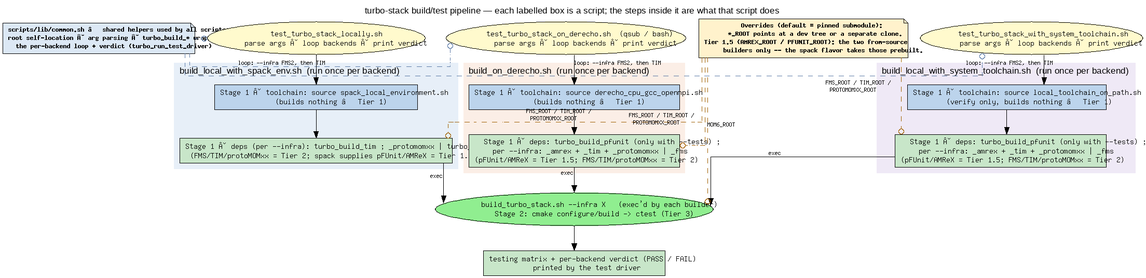
This is docs/build_test_orchestration.png from TURBO-ESM/turbo-stack, a Graphviz export, as it was before one commit. Its source is kept beside it as docs/build_test_orchestration.dot.
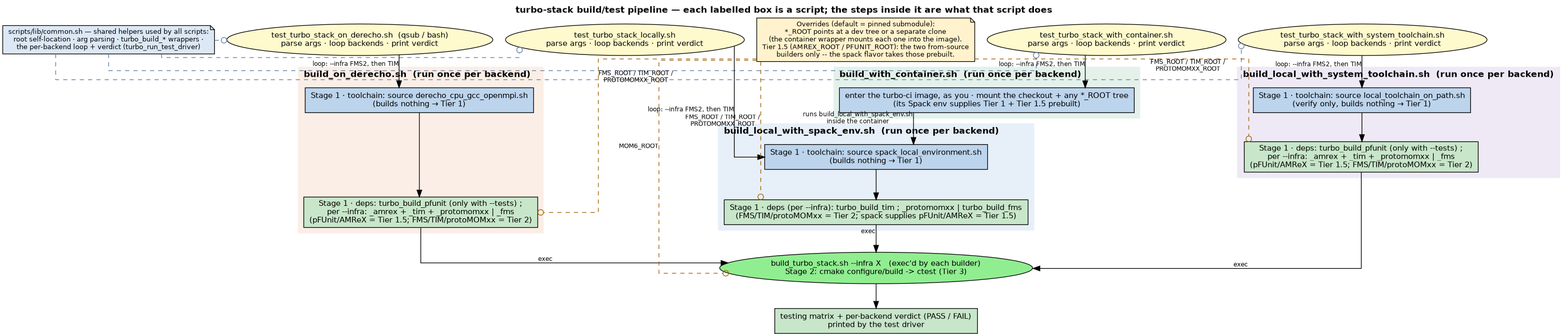
After the commit.

Commit message:
Run the CMake build + unit tests locally in the CI container (#268)

Change to the diagram source:
```diff
@@ -18,7 +18,15 @@
            shape=ellipse, fillcolor="#fffacd", style=filled];
     s_drv [label="test_turbo_stack_with_system_toolchain.sh\nparse args · loop backends · print verdict",
            shape=ellipse, fillcolor="#fffacd", style=filled];
-    {rank=same; l_drv; s_drv; d_drv;}
+    c_drv [label="test_turbo_stack_with_container.sh\nparse args · loop backends · print verdict",
+           shape=ellipse, fillcolor="#fffacd", style=filled];
+    {rank=same; c_drv; l_drv; s_drv; d_drv;}
+
+    subgraph cluster_cbld {
+        label="build_with_container.sh  (run once per backend)"; labeljust=l;
+        style=filled; color="#e3f1ea"; fontname="Helvetica-Bold";
+        c_run [label="enter the turbo-ci image, as you · mount the checkout + any *_ROOT tree\n(its Spack env supplies Tier 1 + Tier 1.5 prebuilt)", fillcolor="#bcd4ec", style=filled];
+    }
 
     subgraph cluster_lbld {
         label="build_local_with_spack_env.sh  (run once per backend)"; labeljust=l;
@@ -49,6 +57,8 @@
     verdict [label="testing matrix + per-backend verdict (PASS / FAIL)\nprinted by the test driver", fillcolor="#c8e6c9", style=filled];
 
     l_drv -> l_env [xlabel="loop: --infra FMS2, then TIM"];
+    c_drv -> c_run [xlabel="loop: --infra FMS2, then TIM"];
+    c_run -> l_env [xlabel="runs build_local_with_spack_env.sh\ninside the container"];
     s_drv -> s_env [xlabel="loop: --infra FMS2, then TIM"];
     d_drv -> d_env [xlabel="loop: --infra FMS2, then TIM"];
     l_deps -> bld [xlabel="exec"];
@@ -59,9 +69,10 @@
     core -> l_drv [style=dashed, color="#5b7aa6", arrowhead=odot, constraint=false];
     core -> s_drv [style=dashed, color="#5b7aa6", arrowhead=odot, constraint=false];
     core -> d_drv [style=dashed, color="#5b7aa6", arrowhead=odot, constraint=false];
+    core -> c_drv [style=dashed, color="#5b7aa6", arrowhead=odot, constraint=false];
 
     hotswap [shape=note, fillcolor="#fff2cc", style=filled, fontsize=10,
-             label="Overrides (default = pinned submodule):\n*_ROOT points at a dev tree or a separate clone.\nTier 1.5 (AMREX_ROOT / PFUNIT_ROOT): the two from-source\nbuilders only -- the spack flavor takes those prebuilt."];
+             label="Overrides (default = pinned submodule):\n*_ROOT points at a dev tree or a separate clone\n(the container wrapper mounts each one into the image).\nTier 1.5 (AMREX_ROOT / PFUNIT_ROOT): the two from-source\nbuilders only -- the spack flavor takes those prebuilt."];
     hotswap -> l_deps [style=dashed, color="#a06000", arrowhead=odot, constraint=false, xlabel="FMS_ROOT / TIM_ROOT /\nPROTOMOMXX_ROOT"];
     hotswap -> s_deps [style=dashed, color="#a06000", arrowhead=odot, constraint=false, xlabel="FMS_ROOT / TIM_ROOT /\nPROTOMOMXX_ROOT"];
     hotswap -> d_deps [style=dashed, color="#a06000", arrowhead=odot, constraint=false, xlabel="FMS_ROOT / TIM_ROOT /\nPROTOMOMXX_ROOT"];
```
